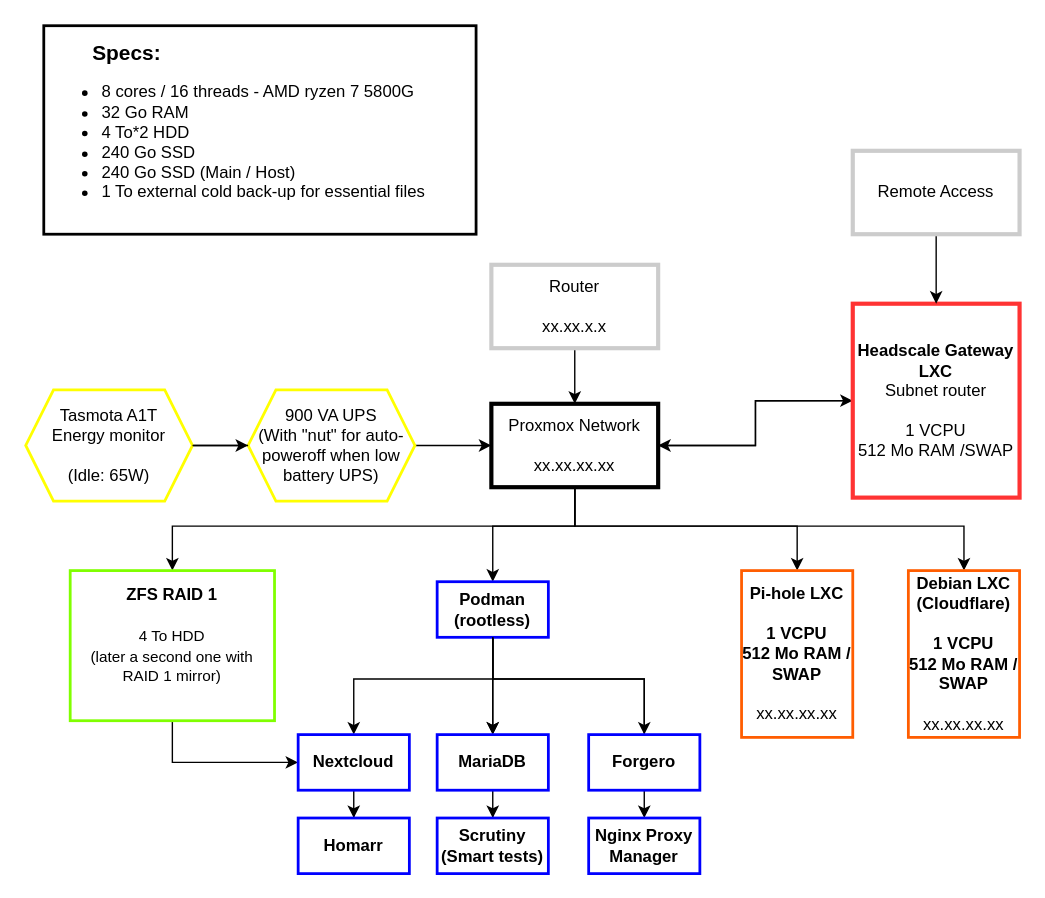
Before: page "Main" (3 of 4) of assets/Homelab_Architecture.drawio in mxmchrbrt/Homelab, a draw.io diagram. Source tidied: cells renumbered, new cells numbered last; positions are measured from the earlier drawing's top-left corner, leaving out a move shared by most shapes. Both pictures are drawn from the tidied source at 139%, with x=0, y=0 at pixel (25, 25).
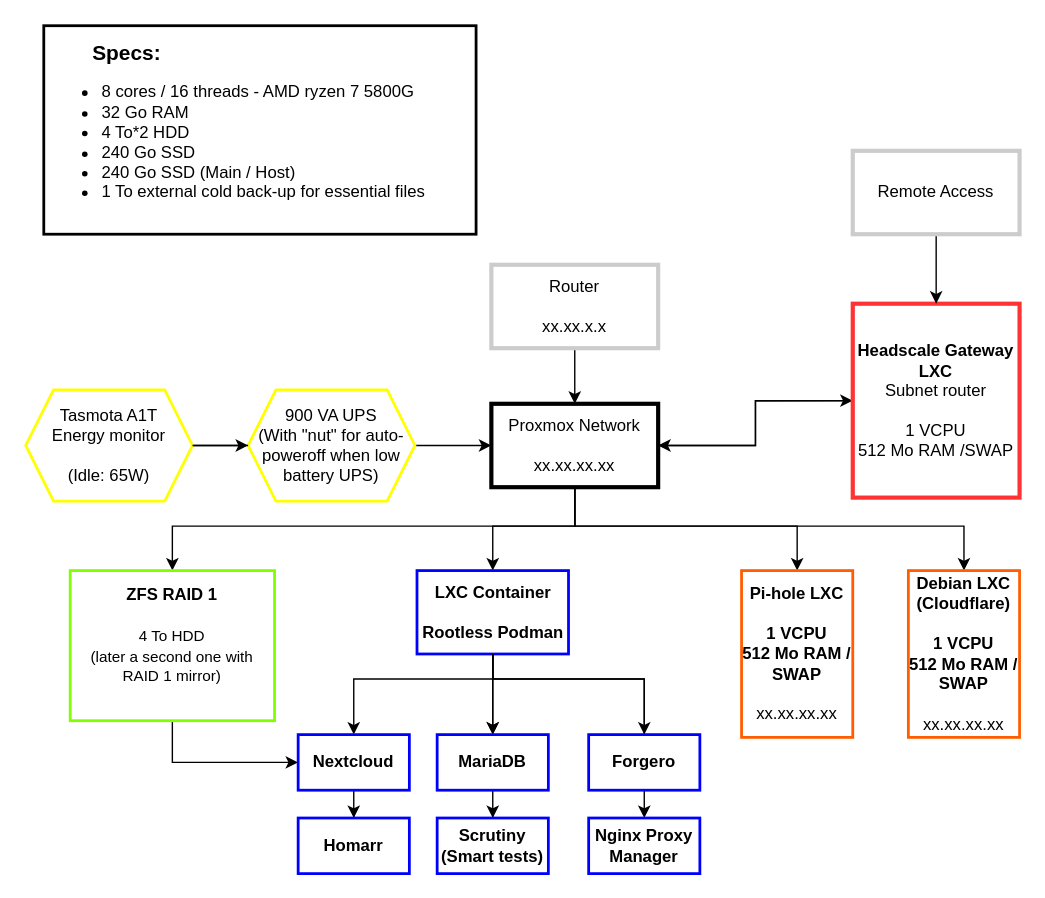
The same page after the edit.

Diff of the diagram source:
```diff
@@
-    <mxCell id="28" value="&lt;div&gt;&lt;b&gt;Podman&lt;/b&gt;&lt;/div&gt;&lt;div&gt;&lt;b&gt;(rootless)&lt;/b&gt;&lt;/div&gt;" style="rounded=0;whiteSpace=wrap;html=1;strokeColor=#0000FF;strokeWidth=2;fontFamily=Helvetica;" parent="1" vertex="1">
-      <mxGeometry x="296" y="400" width="80" height="40" as="geometry" />
+    <mxCell id="28" value="&lt;div&gt;&lt;b&gt;LXC Container&lt;/b&gt;&lt;/div&gt;&lt;div&gt;&lt;br&gt;&lt;/div&gt;&lt;div&gt;&lt;b&gt;Rootless Podman&lt;/b&gt;&lt;/div&gt;" style="rounded=0;whiteSpace=wrap;html=1;strokeColor=#0000FF;strokeWidth=2;fontFamily=Helvetica;" parent="1" vertex="1">
+      <mxGeometry x="281.5" y="392" width="109" height="60" as="geometry" />
     </mxCell>
```
